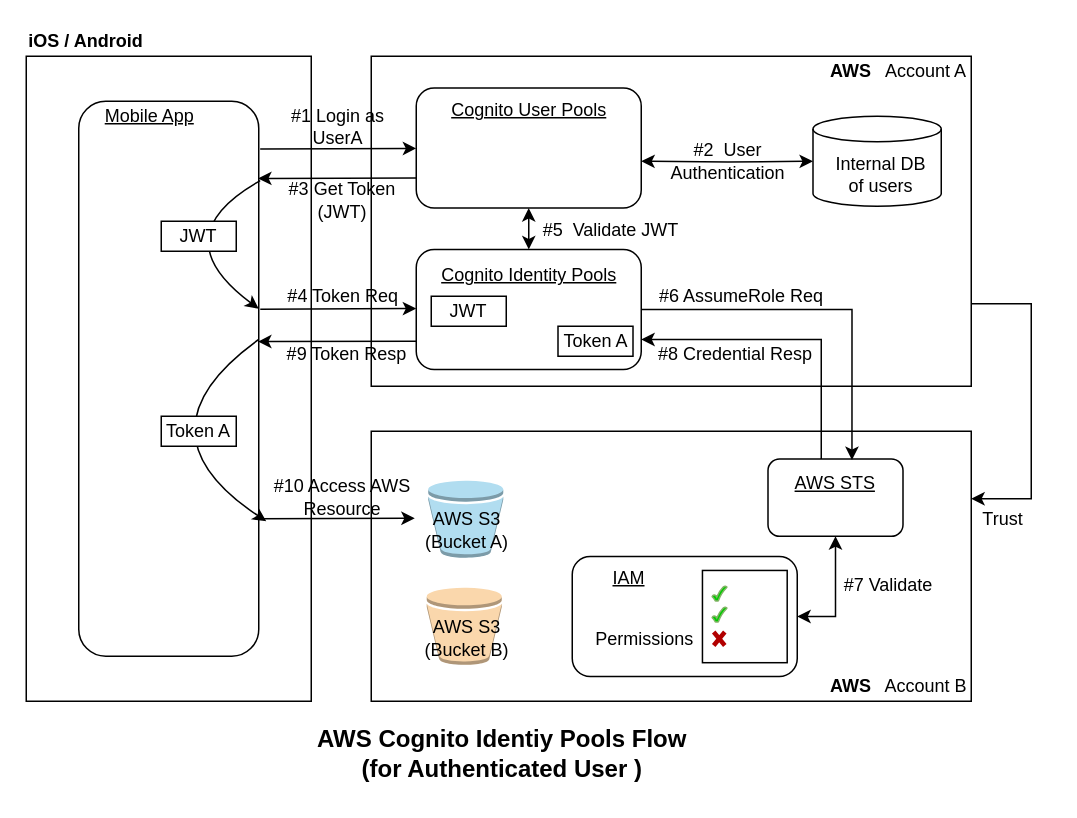
developer-onizuka/Diagrams keeps this draw.io diagram as OAuth2.0_Authorization/AWS_Cognito.drawio. Above is the earlier version. Source tidied: cells renumbered, new cells numbered last; positions are measured from the earlier drawing's top-left corner, leaving out a move shared by most shapes. Both pictures are drawn from the tidied source at 150%, with x=0, y=0 at pixel (26, 26).
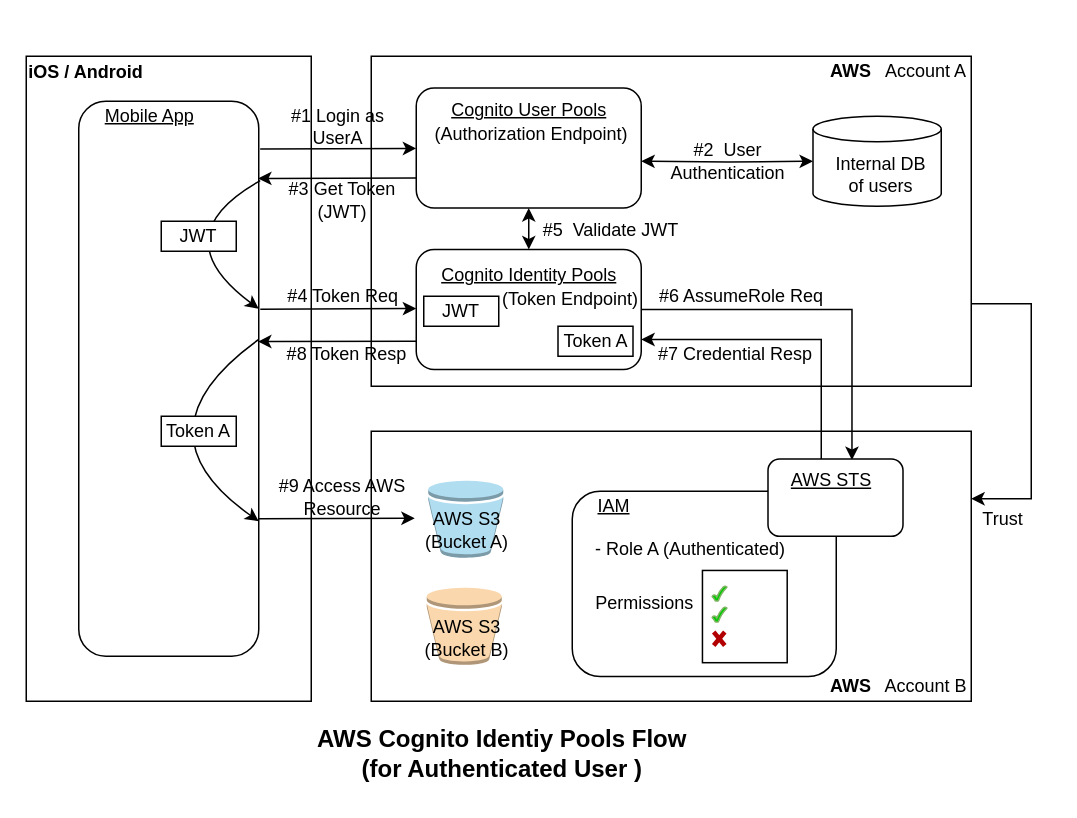
Above is the later version.

The edit, as a diff of the source:
```diff
@@
     <mxCell id="5" value="iOS / Android" style="text;html=1;strokeColor=none;fillColor=none;align=center;verticalAlign=middle;whiteSpace=wrap;rounded=0;fontStyle=1;" parent="1" vertex="1">
-      <mxGeometry width="80" height="20" as="geometry" />
+      <mxGeometry y="21.2" width="80" height="20" as="geometry" />
     </mxCell>
@@
-    <mxCell id="18" style="edgeStyle=orthogonalEdgeStyle;rounded=0;jettySize=auto;html=1;exitX=0.5;exitY=1;exitDx=0;exitDy=0;startArrow=classic;startFill=1;endArrow=classic;endFill=1;entryX=1;entryY=0.5;entryDx=0;entryDy=0;" parent="1" edge="1" source="19" target="21">
-      <mxGeometry relative="1" as="geometry">
-        <Array as="points">
-          <mxPoint x="540" y="394" />
-        </Array>
-      </mxGeometry>
-    </mxCell>
-    <mxCell id="19" style="rounded=1;whiteSpace=wrap;html=1;" parent="1" vertex="1">
-      <mxGeometry x="494.5" y="288.5" width="90" height="51.5" as="geometry" />
-    </mxCell>
-    <mxCell id="20" value="AWS STS" style="text;html=1;strokeColor=none;fillColor=none;align=center;verticalAlign=middle;whiteSpace=wrap;rounded=0;fontStyle=4;" parent="1" vertex="1">
-      <mxGeometry x="479" y="297.8" width="121" height="15" as="geometry" />
-    </mxCell>
     <mxCell id="21" style="rounded=1;whiteSpace=wrap;html=1;" parent="1" vertex="1">
-      <mxGeometry x="364" y="353.5" width="150" height="80" as="geometry" />
+      <mxGeometry x="364" y="310" width="176" height="123.5" as="geometry" />
     </mxCell>
     <mxCell id="22" value="IAM" style="text;html=1;strokeColor=none;fillColor=none;align=center;verticalAlign=middle;whiteSpace=wrap;rounded=0;fontStyle=4;" parent="1" vertex="1">
-      <mxGeometry x="368.5" y="360" width="65.5" height="15" as="geometry" />
+      <mxGeometry x="364" y="312.8" width="56" height="15" as="geometry" />
     </mxCell>
@@
     <mxCell id="28" value="Permissions" style="text;html=1;strokeColor=none;fillColor=none;align=center;verticalAlign=middle;whiteSpace=wrap;rounded=0;" parent="1" vertex="1">
-      <mxGeometry x="374.2" y="394.2" width="76.5" height="30" as="geometry" />
+      <mxGeometry x="374.2" y="370" width="76.5" height="30" as="geometry" />
     </mxCell>
@@
     <mxCell id="44" style="group;" parent="1" vertex="1">
-      <mxGeometry x="270" y="180" width="50" height="20" as="geometry" />
+      <mxGeometry x="265" y="180" width="50" height="20" as="geometry" />
     </mxCell>
@@
-    <mxCell id="55" value="#8 Credential Resp" style="text;html=1;strokeColor=none;fillColor=none;align=center;verticalAlign=middle;whiteSpace=wrap;rounded=0;" parent="1" vertex="1">
+    <mxCell id="55" value="#7 Credential Resp" style="text;html=1;strokeColor=none;fillColor=none;align=center;verticalAlign=middle;whiteSpace=wrap;rounded=0;" parent="1" vertex="1">
       <mxGeometry x="419.5" y="208.8" width="105.5" height="20" as="geometry" />
     </mxCell>
-    <mxCell id="56" value="#9 Token Resp" style="text;html=1;strokeColor=none;fillColor=none;align=center;verticalAlign=middle;whiteSpace=wrap;rounded=0;" parent="1" vertex="1">
+    <mxCell id="56" value="#8 Token Resp" style="text;html=1;strokeColor=none;fillColor=none;align=center;verticalAlign=middle;whiteSpace=wrap;rounded=0;" parent="1" vertex="1">
       <mxGeometry x="165.5" y="208.8" width="95.5" height="20" as="geometry" />
     </mxCell>
@@
-    <mxCell id="62" value="#7 Validate" style="text;html=1;strokeColor=none;fillColor=none;align=center;verticalAlign=middle;whiteSpace=wrap;rounded=0;" parent="1" vertex="1">
-      <mxGeometry x="540" y="362.8" width="70" height="20" as="geometry" />
-    </mxCell>
@@
     <mxCell id="64" style="curved=1;endArrow=classic;html=1;rounded=0;exitX=1.008;exitY=0.143;exitDx=0;exitDy=0;exitPerimeter=0;" parent="1" edge="1">
       <mxGeometry relative="1" as="geometry">
         <mxPoint x="155" y="208.8" as="sourcePoint" />
-        <mxPoint x="160" y="330" as="targetPoint" />
+        <mxPoint x="155" y="330" as="targetPoint" />
         <Array as="points">
           <mxPoint x="70" y="270" />
         </Array>
       </mxGeometry>
     </mxCell>
@@
-    <mxCell id="68" value="#10 Access AWS Resource" style="text;html=1;strokeColor=none;fillColor=none;align=center;verticalAlign=middle;whiteSpace=wrap;rounded=0;" parent="1" vertex="1">
+    <mxCell id="68" value="#9 Access AWS Resource" style="text;html=1;strokeColor=none;fillColor=none;align=center;verticalAlign=middle;whiteSpace=wrap;rounded=0;" parent="1" vertex="1">
       <mxGeometry x="163.2" y="297.1" width="95.5" height="34.2" as="geometry" />
     </mxCell>
+    <mxCell id="69" value="- Role A (Authenticated)" style="text;html=1;strokeColor=none;fillColor=none;align=center;verticalAlign=middle;whiteSpace=wrap;rounded=0;" parent="1" vertex="1">
+      <mxGeometry x="369.5" y="338.5" width="145.5" height="20" as="geometry" />
+    </mxCell>
+    <mxCell id="19" style="rounded=1;whiteSpace=wrap;html=1;" parent="1" vertex="1">
+      <mxGeometry x="494.5" y="288.5" width="90" height="51.5" as="geometry" />
+    </mxCell>
+    <mxCell id="20" value="AWS STS" style="text;html=1;strokeColor=none;fillColor=none;align=center;verticalAlign=middle;whiteSpace=wrap;rounded=0;fontStyle=4;" parent="1" vertex="1">
+      <mxGeometry x="507.2" y="295" width="60" height="15" as="geometry" />
+    </mxCell>
+    <mxCell id="70" value="(Authorization Endpoint)" style="text;html=1;align=center;verticalAlign=middle;whiteSpace=wrap;rounded=0;fillColor=none;" parent="1" vertex="1">
+      <mxGeometry x="267" y="60" width="140" height="23.8" as="geometry" />
+    </mxCell>
+    <mxCell id="71" value="(Token Endpoint)" style="text;html=1;align=center;verticalAlign=middle;whiteSpace=wrap;rounded=0;fillColor=none;" parent="1" vertex="1">
+      <mxGeometry x="314" y="170" width="98.2" height="23.8" as="geometry" />
+    </mxCell>
```
